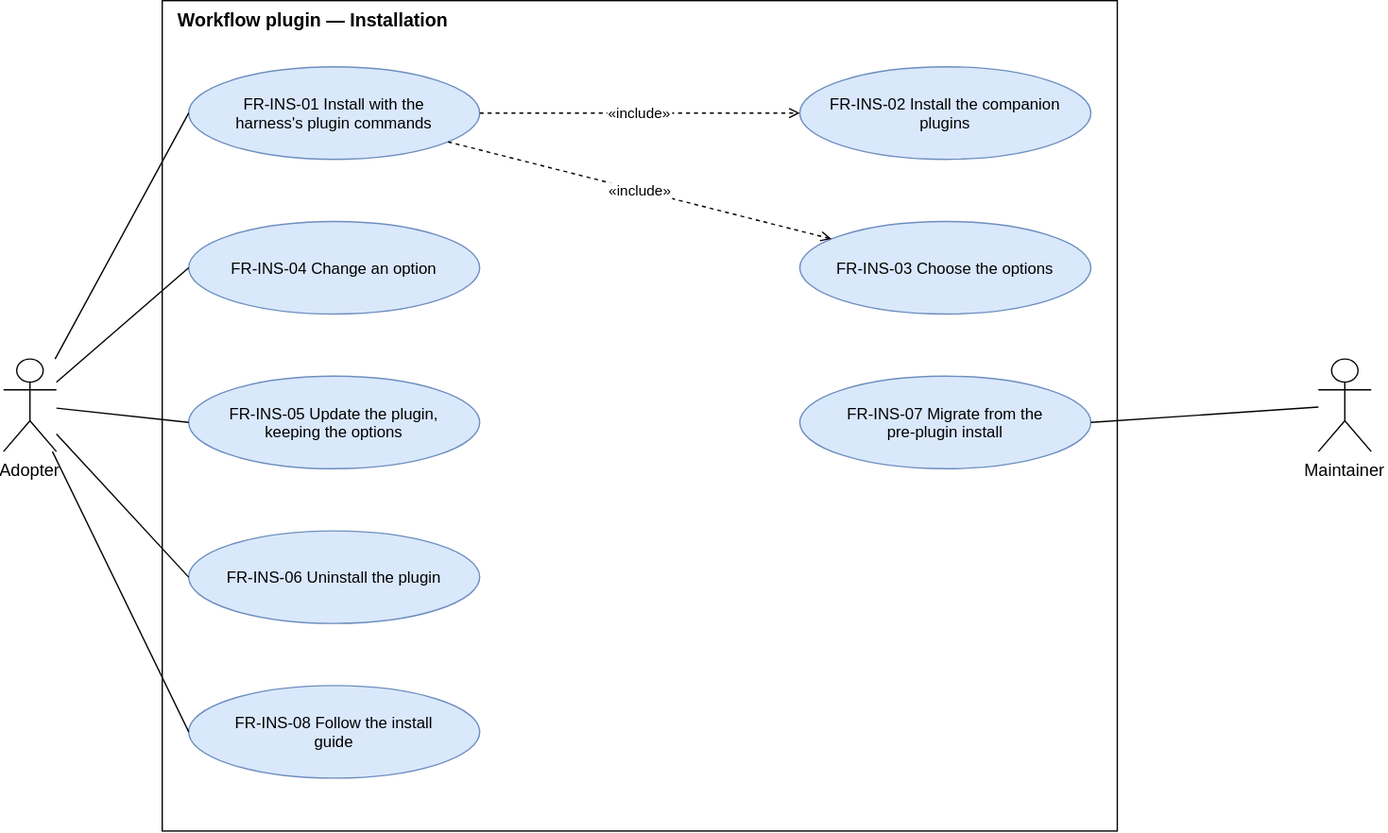
Earlier version of the draw.io export docs/requirements/diagrams/use-cases-install.drawio.svg (ATNexusLab/tightship). Source tidied: cells renumbered, new cells last; positions are measured from the earlier drawing's top-left corner, leaving out a move shared by most shapes.
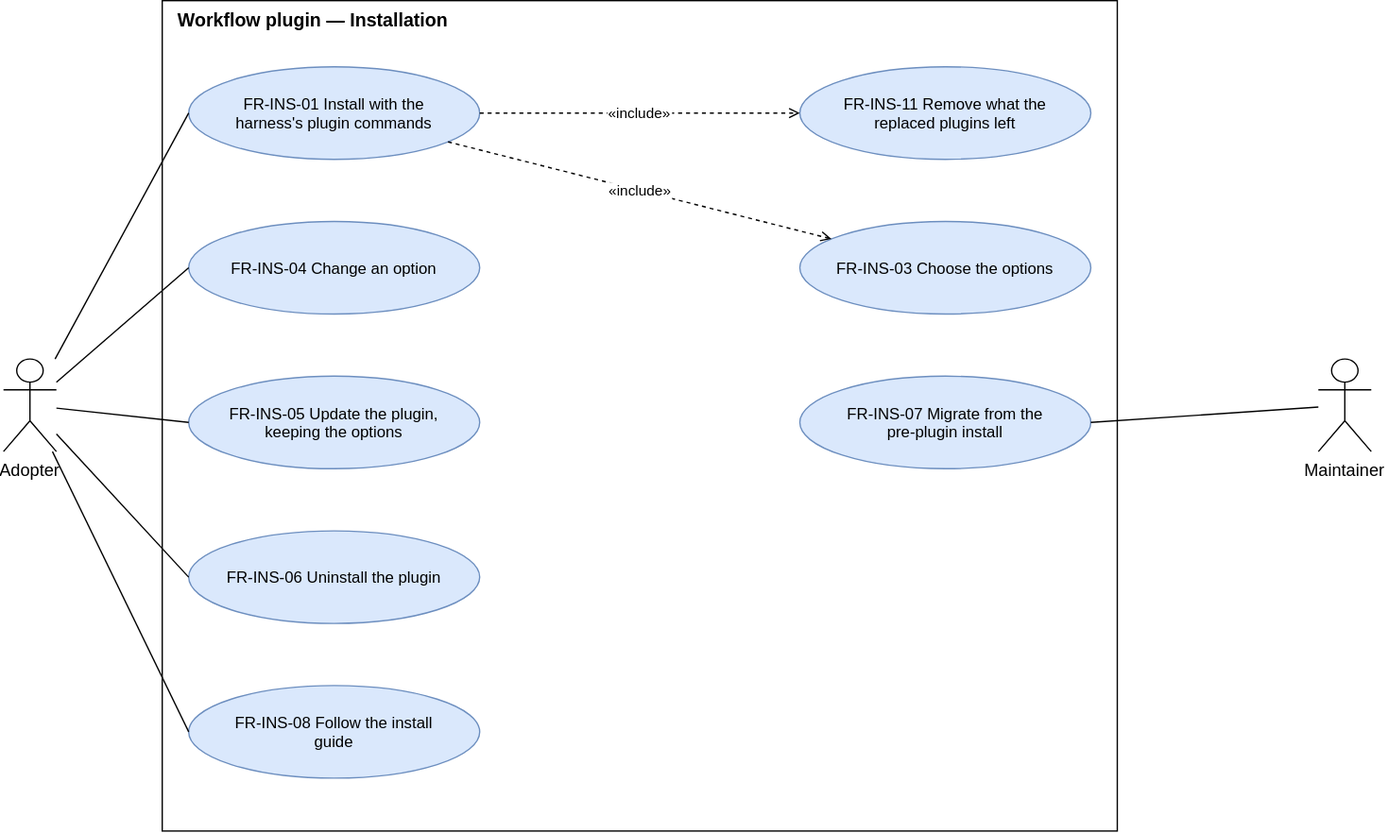
After the commit.

What changed in the source:
```diff
@@ -20,7 +20,7 @@
     <mxCell id="7" value="FR-INS-08 Follow the install&#10;guide" style="ellipse;fontSize=12;fillColor=#dae8fc;strokeColor=#6c8ebf;html=0;" parent="1" vertex="1">
       <mxGeometry x="140" y="518" width="220" height="70" as="geometry" />
     </mxCell>
-    <mxCell id="8" value="FR-INS-02 Install the companion&#10;plugins" style="ellipse;fontSize=12;fillColor=#dae8fc;strokeColor=#6c8ebf;html=0;" parent="1" vertex="1">
+    <mxCell id="8" value="FR-INS-11 Remove what the&#10;replaced plugins left" style="ellipse;fontSize=12;fillColor=#dae8fc;strokeColor=#6c8ebf;html=0;" parent="1" vertex="1">
       <mxGeometry x="602" y="50" width="220" height="70" as="geometry" />
     </mxCell>
     <mxCell id="9" value="FR-INS-03 Choose the options" style="ellipse;fontSize=12;fillColor=#dae8fc;strokeColor=#6c8ebf;html=0;" parent="1" vertex="1">
```
